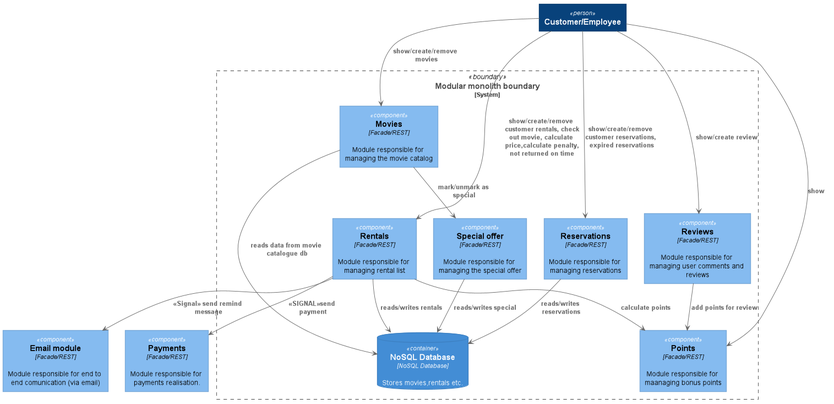
Above: doc/modules.png in mwwojcik/mw-ddd-by-examples-library (PlantUML), before the change.
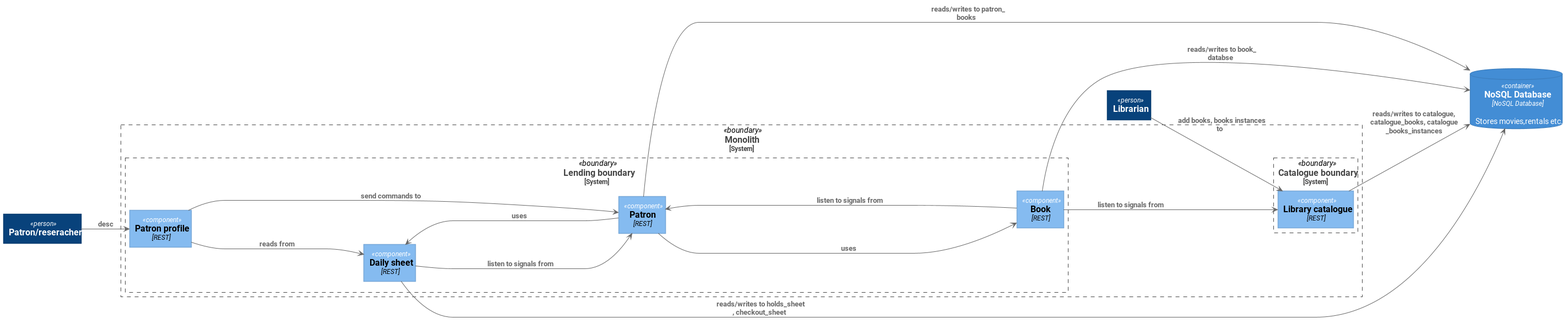
The same file after the commit.

Commit message:
library init

The edit, as a diff of the source:
```diff
@@ -155,42 +155,40 @@
 
 
 
-top to bottom direction
+left to right direction
 
 
-rectangle "==Customer/Employee" <<person>> as person
-
-rectangle "==Modular monolith boundary\n<size:12>[System]</size>" <<boundary>> as c1 {
-
-rectangle "==Movies\n//<size:12>[Facade/REST]</size>//\n\n Module responsible for managing the movie catalog" <<component>> as movies
-rectangle "==Special offer\n//<size:12>[Facade/REST]</size>//\n\n Module responsible for managing the special offer" <<component>> as special
-rectangle "==Reviews\n//<size:12>[Facade/REST]</size>//\n\n Module responsible for managing user comments and reviews" <<component>> as review
-rectangle "==Reservations\n//<size:12>[Facade/REST]</size>//\n\n Module responsible for managing reservations" <<component>> as reservations
-rectangle "==Rentals\n//<size:12>[Facade/REST]</size>//\n\n Module responsible for managing rental list " <<component>> as rentals
-rectangle "==Points\n//<size:12>[Facade/REST]</size>//\n\n Module responsible for maanaging bonus points" <<component>> as points
-
+rectangle "==Patron/reseracher" <<person>> as patron
+rectangle "==Librarian" <<person>> as librarian
 database "==NoSQL Database\n//<size:12>[NoSQL Database]</size>//\n\n Stores movies,rentals etc." <<container>> as database
 
-person --> movies : "===show/create/remove movies"
+rectangle "==Monolith\n<size:12>[System]</size>" <<boundary>> as c0 {
 
+rectangle "==Catalogue boundary\n<size:12>[System]</size>" <<boundary>> as c1 {
+rectangle "==Library catalogue\n//<size:12>[REST]</size>//" <<component>> as catalogue
+librarian --> catalogue : "===add books, books instances to"
+}
+rectangle "==Lending boundary\n<size:12>[System]</size>" <<boundary>> as c2 {
+rectangle "==Patron profile\n//<size:12>[REST]</size>//" <<component>> as patron_profile
+patron --> patron_profile : "===desc"
 
-movies --> special : "===mark/unmark as special"
-person --> reservations : "===show/create/remove customer reservations, expired reservations"
-person --> rentals : "===show/create/remove customer rentals, check out movie, calculate price,calculate penalty, not returned on time"
-person --> review : "===show/create review"
-review --> points : "===add points for review"
-rentals --> database : "===reads/writes rentals"
-rentals --> points : "===calculate points"
-person --> points : "===show"
-reservations --> database : "===reads/writes reservations"
-movies --> database : "===reads data from movie catalogue db"
-special --> database : "===reads/writes special"
+rectangle "==Daily sheet\n//<size:12>[REST]</size>//" <<component>> as daily_sheet
+rectangle "==Patron\n//<size:12>[REST]</size>//" <<component>> as patronmod
+rectangle "==Book\n//<size:12>[REST]</size>//" <<component>> as book
 
+patron_profile --> daily_sheet : "===reads from"
+patron_profile --> patronmod : "===send commands to"
+patronmod --> database : "===reads/writes to patron_books"
+book --> database : "===reads/writes to book_databse"
+
+daily_sheet --> database : "===reads/writes to holds_sheet, checkout_sheet"
+
+book --> catalogue : "===listen to signals from"
+book --> patronmod : "===listen to signals from"
+patronmod --> book : "===uses"
+daily_sheet --> patronmod : "===listen to signals from"
+patronmod --> daily_sheet : "===uses"
+
+catalogue --> database : "===reads/writes to catalogue, catalogue_books, catalogue_books_instances"
 }
-rectangle "==Payments\n//<size:12>[Facade/REST]</size>//\n\n Module responsible for payments realisation." <<component>> as payments
-rentals --> payments : "===<<SIGNAL>>send payment"
-
-rectangle "==Email module\n//<size:12>[Facade/REST]</size>//\n\n Module responsible for end to end comunication (via email)" <<component>> as information
-rentals --> information : "===<<Signal>> send remind message"
-
 @enduml
```
